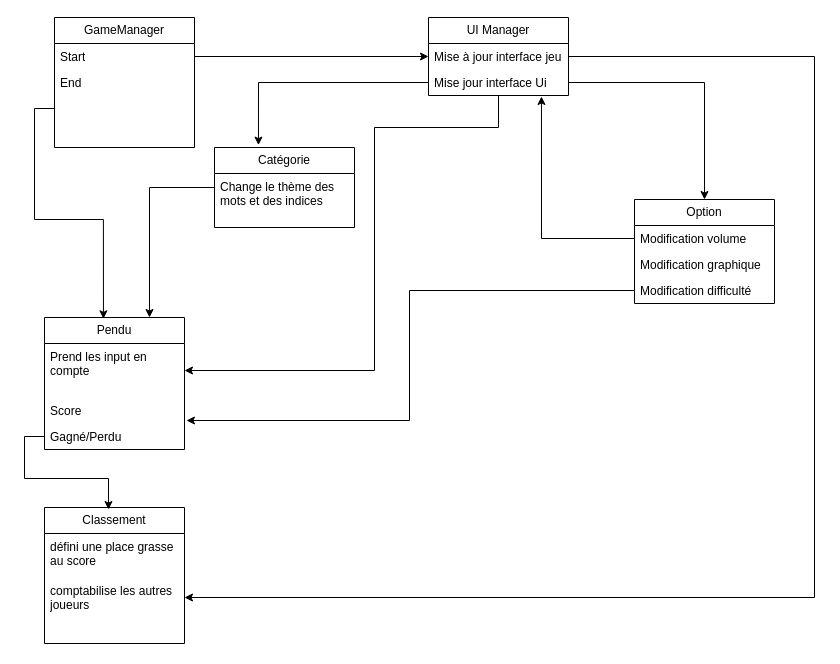
Ashura100/Projet3 keeps this draw.io diagram as Projet3.drawio. Above is the earlier version. Source tidied: cells renumbered, new cells numbered last; positions are measured from the earlier drawing's top-left corner, leaving out a move shared by most shapes. Both pictures are drawn from the tidied source at 100%, with x=0, y=0 at pixel (44, 17).
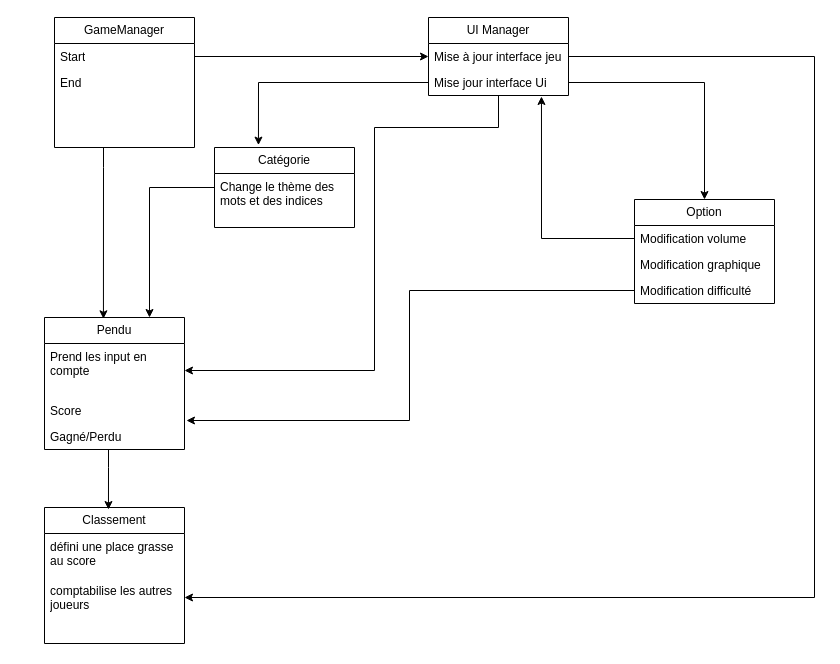
The same page after the edit.

Commit message (it also covers changes not shown here):
Mettre à jour Projet3.drawio

Unchanged cells that the change refers to:
```xml
<mxCell id="5" value="&lt;div&gt;&lt;br&gt;&lt;/div&gt;" style="text;strokeColor=none;fillColor=none;align=left;verticalAlign=top;spacingLeft=4;spacingRight=4;overflow=hidden;points=[[0,0.5],[1,0.5]];portConstraint=eastwest;whiteSpace=wrap;html=1;" parent="2" vertex="1">
  <mxGeometry y="78" width="140" height="26" as="geometry" />
</mxCell>
<mxCell id="10" value="Pendu" style="swimlane;fontStyle=0;horizontal=1;startSize=26;fillColor=none;whiteSpace=wrap;html=1;" parent="1" vertex="1">
  <mxGeometry y="300" width="140" height="132" as="geometry" />
</mxCell>
<mxCell id="13" value="Gagné/Perdu" style="text;strokeColor=none;fillColor=none;align=left;verticalAlign=top;spacingLeft=4;spacingRight=4;overflow=hidden;points=[[0,0.5],[1,0.5]];portConstraint=eastwest;whiteSpace=wrap;html=1;" parent="10" vertex="1">
  <mxGeometry y="106" width="140" height="26" as="geometry" />
</mxCell>
<mxCell id="21" value="Classement" style="swimlane;fontStyle=0;horizontal=1;startSize=26;fillColor=none;whiteSpace=wrap;html=1;" parent="1" vertex="1">
  <mxGeometry y="490" width="140" height="136" as="geometry" />
</mxCell>
```

What changed in the source:
```diff
@@
-    <mxCell id="14" style="edgeStyle=orthogonalEdgeStyle;rounded=0;jettySize=auto;html=1;entryX=0.421;entryY=0.01;entryDx=0;entryDy=0;entryPerimeter=0;" parent="1" edge="1" source="5" target="10">
-      <mxGeometry relative="1" as="geometry" />
+    <mxCell id="14" style="edgeStyle=orthogonalEdgeStyle;rounded=0;jettySize=auto;html=1;entryX=0.421;entryY=0.01;entryDx=0;entryDy=0;entryPerimeter=0;" parent="1" edge="1" target="10">
+      <mxGeometry relative="1" as="geometry">
+        <mxPoint x="59" y="130" as="sourcePoint" />
+        <Array as="points">
+          <mxPoint x="59" y="150" />
+          <mxPoint x="59" y="150" />
+        </Array>
+      </mxGeometry>
     </mxCell>
@@
     <mxCell id="30" style="edgeStyle=orthogonalEdgeStyle;rounded=0;jettySize=auto;html=1;entryX=0.457;entryY=0.015;entryDx=0;entryDy=0;entryPerimeter=0;" parent="1" edge="1" source="13" target="21">
-      <mxGeometry relative="1" as="geometry" />
+      <mxGeometry relative="1" as="geometry">
+        <Array as="points">
+          <mxPoint x="64" y="450" />
+          <mxPoint x="64" y="450" />
+        </Array>
+      </mxGeometry>
     </mxCell>
```
